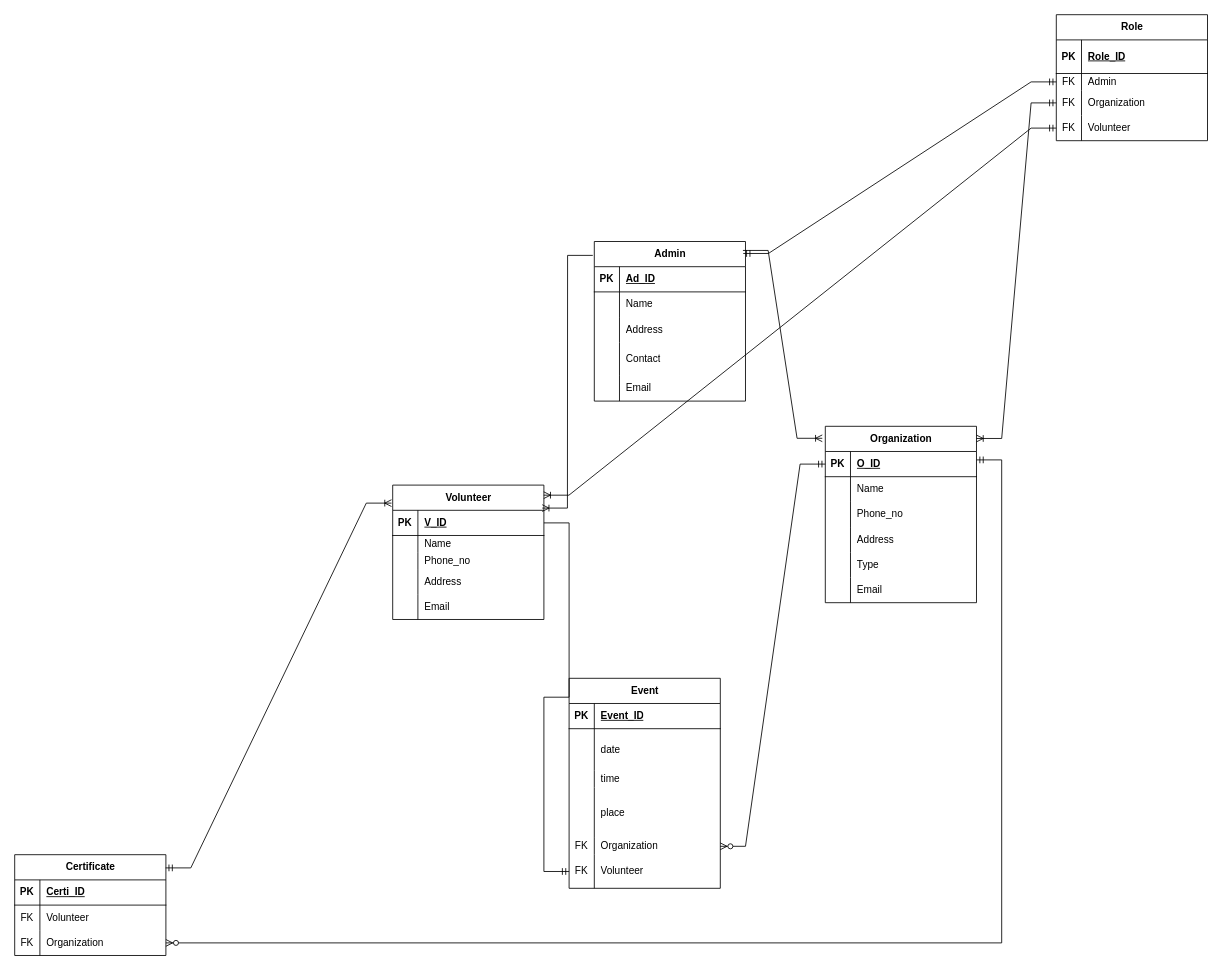
Anisha01-1/System-moodeling keeps this draw.io diagram as Untitled Diagram.drawio. Above is the earlier version. Source tidied: cells renumbered, new cells numbered last; positions are measured from the earlier drawing's top-left corner, leaving out a move shared by most shapes. Both pictures are drawn from the tidied source at 84%, with x=0, y=0 at pixel (14, 14).
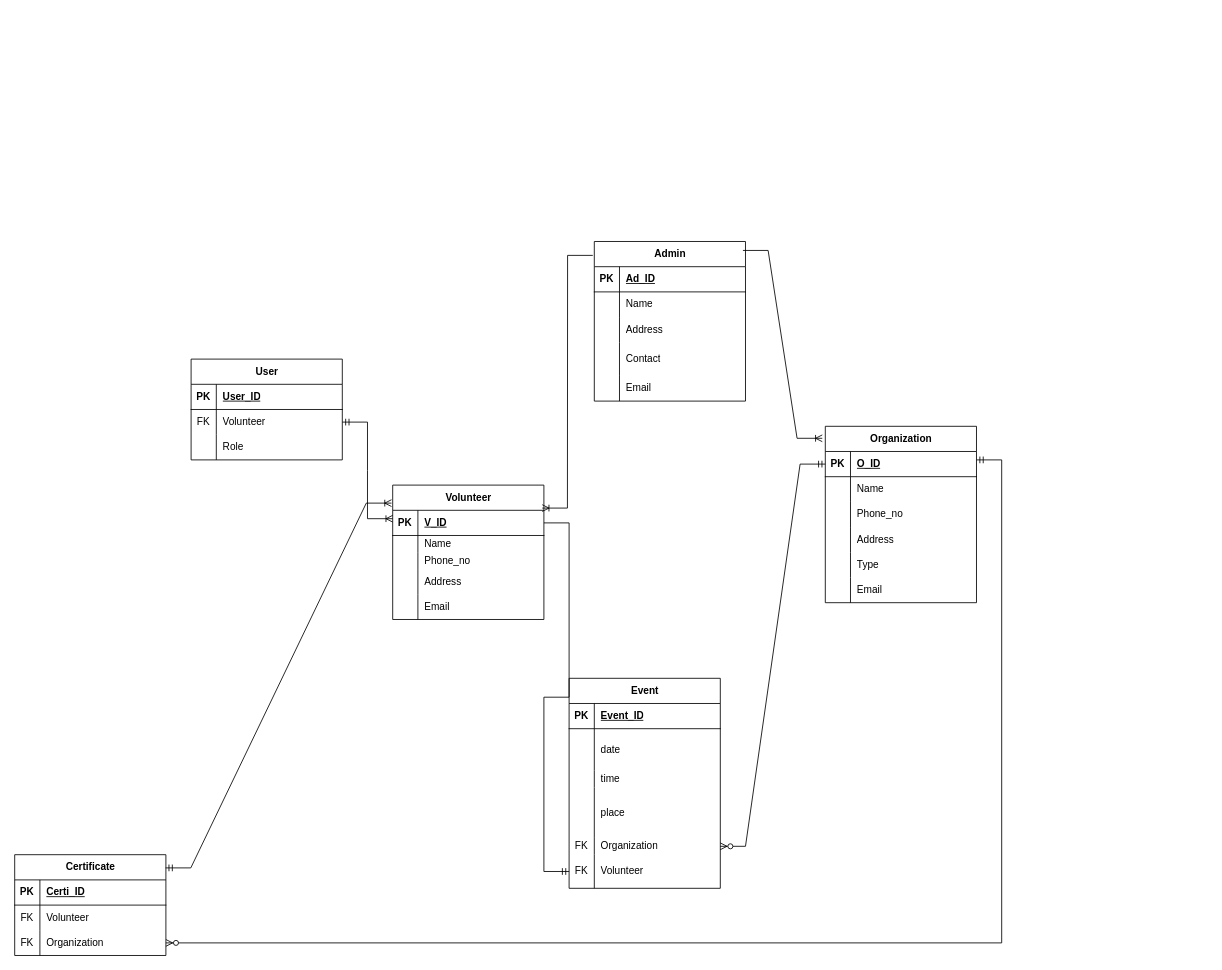
Above is the later version.

Unchanged cells that the change refers to:
```xml
<mxCell id="2" value="Volunteer" style="shape=table;startSize=30;childLayout=tableLayout;rowLines=0;fontStyle=1;align=center;html=1;" parent="1" vertex="1">
  <mxGeometry x="450" y="560" width="180" height="160" as="geometry" />
</mxCell>
<mxCell id="18" value="Organization" style="shape=table;startSize=30;childLayout=tableLayout;rowLines=0;fontStyle=1;align=center;html=1;" parent="1" vertex="1">
  <mxGeometry x="965" y="490" width="180" height="210" as="geometry" />
</mxCell>
<mxCell id="79" value="Admin" style="shape=table;startSize=30;childLayout=tableLayout;rowLines=0;fontStyle=1;align=center;html=1;" parent="1" vertex="1">
  <mxGeometry x="690" y="270" width="180" height="190" as="geometry" />
</mxCell>
```

Change to the diagram source:
```diff
@@
-    <mxCell id="66" value="Role" style="shape=table;startSize=30;childLayout=tableLayout;rowLines=0;fontStyle=1;align=center;html=1;" parent="1" vertex="1">
-      <mxGeometry x="1240" width="180" height="150" as="geometry" />
-    </mxCell>
-    <mxCell id="67" style="shape=tableRow;horizontal=0;startSize=0;swimlaneHead=0;swimlaneBody=0;fillColor=none;top=0;left=0;right=0;bottom=1;" parent="66" vertex="1">
-      <mxGeometry y="30" width="180" height="40" as="geometry" />
-    </mxCell>
-    <mxCell id="68" value="PK" style="shape=partialRectangle;fillColor=none;top=0;left=0;bottom=0;right=0;fontStyle=1;overflow=hidden;whiteSpace=wrap;html=1;" parent="67" vertex="1">
-      <mxGeometry width="30" height="40" as="geometry" />
-    </mxCell>
-    <mxCell id="69" value="Role_ID" style="shape=partialRectangle;fillColor=none;top=0;left=0;bottom=0;right=0;align=left;spacingLeft=6;fontStyle=5;overflow=hidden;whiteSpace=wrap;html=1;" parent="67" vertex="1">
-      <mxGeometry x="30" width="150" height="40" as="geometry" />
-    </mxCell>
-    <mxCell id="70" style="shape=tableRow;horizontal=0;startSize=0;swimlaneHead=0;swimlaneBody=0;fillColor=none;points=[[0,0.5],[1,0.5]];portConstraint=eastwest;top=0;left=0;right=0;bottom=0;" parent="66" vertex="1">
-      <mxGeometry y="70" width="180" height="20" as="geometry" />
-    </mxCell>
-    <mxCell id="71" value="FK" style="shape=partialRectangle;fillColor=none;top=0;left=0;bottom=0;right=0;overflow=hidden;whiteSpace=wrap;html=1;" parent="70" vertex="1">
-      <mxGeometry width="30" height="20" as="geometry" />
-    </mxCell>
-    <mxCell id="72" value="Admin" style="shape=partialRectangle;fillColor=none;top=0;left=0;bottom=0;right=0;align=left;spacingLeft=6;overflow=hidden;whiteSpace=wrap;html=1;" parent="70" vertex="1">
-      <mxGeometry x="30" width="150" height="20" as="geometry" />
-    </mxCell>
-    <mxCell id="73" style="shape=tableRow;horizontal=0;startSize=0;swimlaneHead=0;swimlaneBody=0;fillColor=none;points=[[0,0.5],[1,0.5]];portConstraint=eastwest;top=0;left=0;right=0;bottom=0;" parent="66" vertex="1">
-      <mxGeometry y="90" width="180" height="30" as="geometry" />
-    </mxCell>
-    <mxCell id="74" value="FK" style="shape=partialRectangle;fillColor=none;top=0;left=0;bottom=0;right=0;overflow=hidden;whiteSpace=wrap;html=1;" parent="73" vertex="1">
-      <mxGeometry width="30" height="30" as="geometry" />
-    </mxCell>
-    <mxCell id="75" value="Organization" style="shape=partialRectangle;fillColor=none;top=0;left=0;bottom=0;right=0;align=left;spacingLeft=6;overflow=hidden;whiteSpace=wrap;html=1;" parent="73" vertex="1">
-      <mxGeometry x="30" width="150" height="30" as="geometry" />
-    </mxCell>
-    <mxCell id="76" style="shape=tableRow;horizontal=0;startSize=0;swimlaneHead=0;swimlaneBody=0;fillColor=none;points=[[0,0.5],[1,0.5]];portConstraint=eastwest;top=0;left=0;right=0;bottom=0;" parent="66" vertex="1">
-      <mxGeometry y="120" width="180" height="30" as="geometry" />
-    </mxCell>
-    <mxCell id="77" value="FK" style="shape=partialRectangle;fillColor=none;top=0;left=0;bottom=0;right=0;overflow=hidden;whiteSpace=wrap;html=1;" parent="76" vertex="1">
-      <mxGeometry width="30" height="30" as="geometry" />
-    </mxCell>
-    <mxCell id="78" value="Volunteer" style="shape=partialRectangle;fillColor=none;top=0;left=0;bottom=0;right=0;align=left;spacingLeft=6;overflow=hidden;whiteSpace=wrap;html=1;" parent="76" vertex="1">
-      <mxGeometry x="30" width="150" height="30" as="geometry" />
-    </mxCell>
@@
-    <mxCell id="101" style="edgeStyle=entityRelationEdgeStyle;fontSize=12;html=1;endArrow=ERmandOne;startArrow=ERmandOne;rounded=0;exitX=0.985;exitY=0.075;exitDx=0;exitDy=0;exitPerimeter=0;entryX=0;entryY=0.5;entryDx=0;entryDy=0;" parent="1" edge="1" source="79" target="70">
-      <mxGeometry relative="1" as="geometry" />
-    </mxCell>
-    <mxCell id="102" style="edgeStyle=entityRelationEdgeStyle;fontSize=12;html=1;endArrow=ERoneToMany;startArrow=ERmandOne;rounded=0;exitX=0;exitY=0.5;exitDx=0;exitDy=0;entryX=1;entryY=0.069;entryDx=0;entryDy=0;entryPerimeter=0;" parent="1" edge="1" source="73" target="18">
-      <mxGeometry relative="1" as="geometry" />
-    </mxCell>
-    <mxCell id="103" style="edgeStyle=entityRelationEdgeStyle;fontSize=12;html=1;endArrow=ERoneToMany;startArrow=ERmandOne;rounded=0;exitX=0;exitY=0.5;exitDx=0;exitDy=0;entryX=0.999;entryY=0.075;entryDx=0;entryDy=0;entryPerimeter=0;" parent="1" edge="1" source="76" target="2">
-      <mxGeometry relative="1" as="geometry">
-        <Array as="points">
-          <mxPoint x="270" y="270" />
-          <mxPoint x="440" y="390" />
-        </Array>
-      </mxGeometry>
-    </mxCell>
+    <mxCell id="104" value="User" style="shape=table;startSize=30;childLayout=tableLayout;rowLines=0;fontStyle=1;align=center;html=1;" parent="1" vertex="1">
+      <mxGeometry x="210" y="410" width="180" height="120" as="geometry" />
+    </mxCell>
+    <mxCell id="105" style="shape=tableRow;horizontal=0;startSize=0;swimlaneHead=0;swimlaneBody=0;fillColor=none;top=0;left=0;right=0;bottom=1;" parent="104" vertex="1">
+      <mxGeometry y="30" width="180" height="30" as="geometry" />
+    </mxCell>
+    <mxCell id="68" value="PK" style="shape=partialRectangle;fillColor=none;top=0;left=0;bottom=0;right=0;fontStyle=1;overflow=hidden;whiteSpace=wrap;html=1;" parent="105" vertex="1">
+      <mxGeometry width="30" height="30" as="geometry" />
+    </mxCell>
+    <mxCell id="106" value="User_ID" style="shape=partialRectangle;fillColor=none;top=0;left=0;bottom=0;right=0;align=left;spacingLeft=6;fontStyle=5;overflow=hidden;whiteSpace=wrap;html=1;" parent="105" vertex="1">
+      <mxGeometry x="30" width="150" height="30" as="geometry" />
+    </mxCell>
+    <mxCell id="107" style="shape=tableRow;horizontal=0;startSize=0;swimlaneHead=0;swimlaneBody=0;fillColor=none;points=[[0,0.5],[1,0.5]];portConstraint=eastwest;top=0;left=0;right=0;bottom=0;" parent="104" vertex="1">
+      <mxGeometry y="60" width="180" height="30" as="geometry" />
+    </mxCell>
+    <mxCell id="108" value="FK" style="shape=partialRectangle;fillColor=none;top=0;left=0;bottom=0;right=0;overflow=hidden;whiteSpace=wrap;html=1;" parent="107" vertex="1">
+      <mxGeometry width="30" height="30" as="geometry" />
+    </mxCell>
+    <mxCell id="78" value="Volunteer" style="shape=partialRectangle;fillColor=none;top=0;left=0;bottom=0;right=0;align=left;spacingLeft=6;overflow=hidden;whiteSpace=wrap;html=1;" parent="107" vertex="1">
+      <mxGeometry x="30" width="150" height="30" as="geometry" />
+    </mxCell>
+    <mxCell id="73" style="shape=tableRow;horizontal=0;startSize=0;swimlaneHead=0;swimlaneBody=0;fillColor=none;points=[[0,0.5],[1,0.5]];portConstraint=eastwest;top=0;left=0;right=0;bottom=0;" parent="104" vertex="1">
+      <mxGeometry y="90" width="180" height="30" as="geometry" />
+    </mxCell>
+    <mxCell id="109" style="shape=partialRectangle;fillColor=none;top=0;left=0;bottom=0;right=0;overflow=hidden;whiteSpace=wrap;html=1;" parent="73" vertex="1">
+      <mxGeometry width="30" height="30" as="geometry" />
+    </mxCell>
+    <mxCell id="66" value="Role" style="shape=partialRectangle;fillColor=none;top=0;left=0;bottom=0;right=0;align=left;spacingLeft=6;overflow=hidden;whiteSpace=wrap;html=1;" parent="73" vertex="1">
+      <mxGeometry x="30" width="150" height="30" as="geometry" />
+    </mxCell>
+    <mxCell id="110" style="edgeStyle=entityRelationEdgeStyle;fontSize=12;html=1;endArrow=ERoneToMany;startArrow=ERmandOne;rounded=0;entryX=0;entryY=0.25;entryDx=0;entryDy=0;exitX=1;exitY=0.5;exitDx=0;exitDy=0;" parent="1" edge="1" source="107" target="2">
+      <mxGeometry relative="1" as="geometry" />
+    </mxCell>
```
